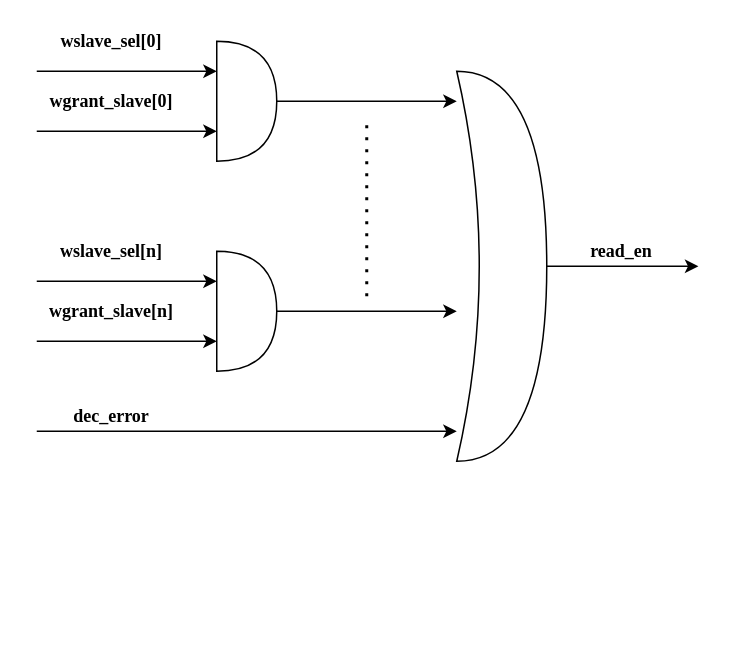
Before: page "Router" (3 of 4) of VG_AxiBus/Doc/Interfaces.drawio in nguyenquanicd/VG_RTL, a draw.io diagram. Source tidied: cells renumbered, new cells numbered last; positions are measured from the earlier drawing's top-left corner, leaving out a move shared by most shapes. Both pictures are drawn from the tidied source at 150%, with x=0, y=0 at pixel (36, 26).
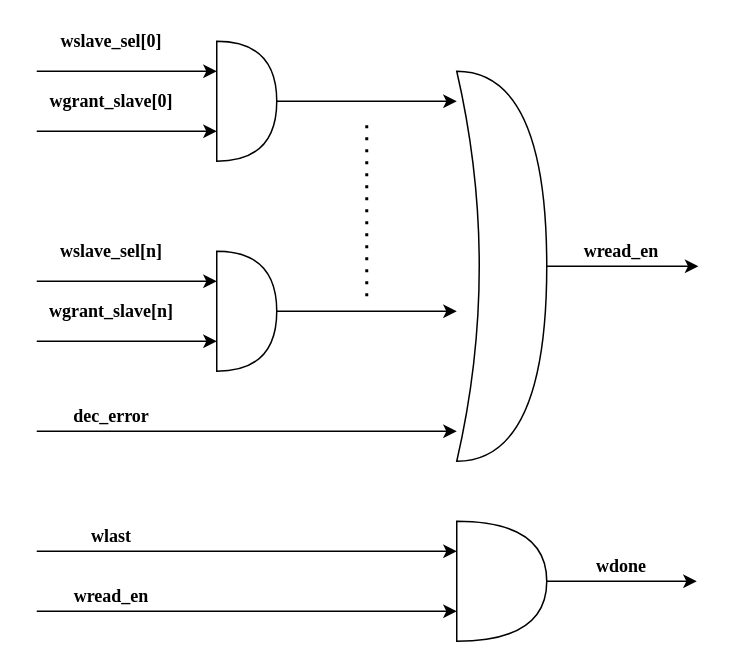
The same page after the edit.

Diff of the diagram source:
```diff
@@
-    <mxCell id="19" value="&lt;font face=&quot;Times New Roman&quot;&gt;&lt;b&gt;read_en&lt;/b&gt;&lt;/font&gt;" style="text;html=1;strokeColor=none;fillColor=none;align=center;verticalAlign=middle;whiteSpace=wrap;rounded=0;" parent="1" vertex="1">
+    <mxCell id="19" value="&lt;font face=&quot;Times New Roman&quot;&gt;&lt;b&gt;wread_en&lt;/b&gt;&lt;/font&gt;" style="text;html=1;strokeColor=none;fillColor=none;align=center;verticalAlign=middle;whiteSpace=wrap;rounded=0;" parent="1" vertex="1">
       <mxGeometry x="370" y="140" width="40" height="20" as="geometry" />
     </mxCell>
+    <mxCell id="20" style="endArrow=classic;html=1;" parent="1" edge="1">
+      <mxGeometry relative="1" as="geometry">
+        <mxPoint y="350" as="sourcePoint" />
+        <mxPoint x="280" y="350" as="targetPoint" />
+      </mxGeometry>
+    </mxCell>
+    <mxCell id="21" value="&lt;font face=&quot;Times New Roman&quot;&gt;&lt;b&gt;wlast&lt;/b&gt;&lt;/font&gt;" style="text;html=1;strokeColor=none;fillColor=none;align=center;verticalAlign=middle;whiteSpace=wrap;rounded=0;" parent="1" vertex="1">
+      <mxGeometry x="30" y="330" width="40" height="20" as="geometry" />
+    </mxCell>
+    <mxCell id="22" style="endArrow=classic;html=1;" parent="1" edge="1">
+      <mxGeometry relative="1" as="geometry">
+        <mxPoint y="390" as="sourcePoint" />
+        <mxPoint x="280" y="390" as="targetPoint" />
+      </mxGeometry>
+    </mxCell>
+    <mxCell id="23" value="&lt;font face=&quot;Times New Roman&quot;&gt;&lt;b&gt;wread_en&lt;/b&gt;&lt;/font&gt;" style="text;html=1;strokeColor=none;fillColor=none;align=center;verticalAlign=middle;whiteSpace=wrap;rounded=0;" parent="1" vertex="1">
+      <mxGeometry x="30" y="370" width="40" height="20" as="geometry" />
+    </mxCell>
+    <mxCell id="24" style="edgeStyle=orthogonalEdgeStyle;rounded=0;jettySize=auto;html=1;" parent="1" edge="1" source="25">
+      <mxGeometry relative="1" as="geometry">
+        <mxPoint x="440" y="370" as="targetPoint" />
+      </mxGeometry>
+    </mxCell>
+    <mxCell id="25" style="shape=or;whiteSpace=wrap;html=1;" parent="1" vertex="1">
+      <mxGeometry x="280" y="330" width="60" height="80" as="geometry" />
+    </mxCell>
+    <mxCell id="26" value="&lt;font face=&quot;Times New Roman&quot;&gt;&lt;b&gt;wdone&lt;/b&gt;&lt;/font&gt;" style="text;html=1;strokeColor=none;fillColor=none;align=center;verticalAlign=middle;whiteSpace=wrap;rounded=0;" parent="1" vertex="1">
+      <mxGeometry x="370" y="350" width="40" height="20" as="geometry" />
+    </mxCell>
```
